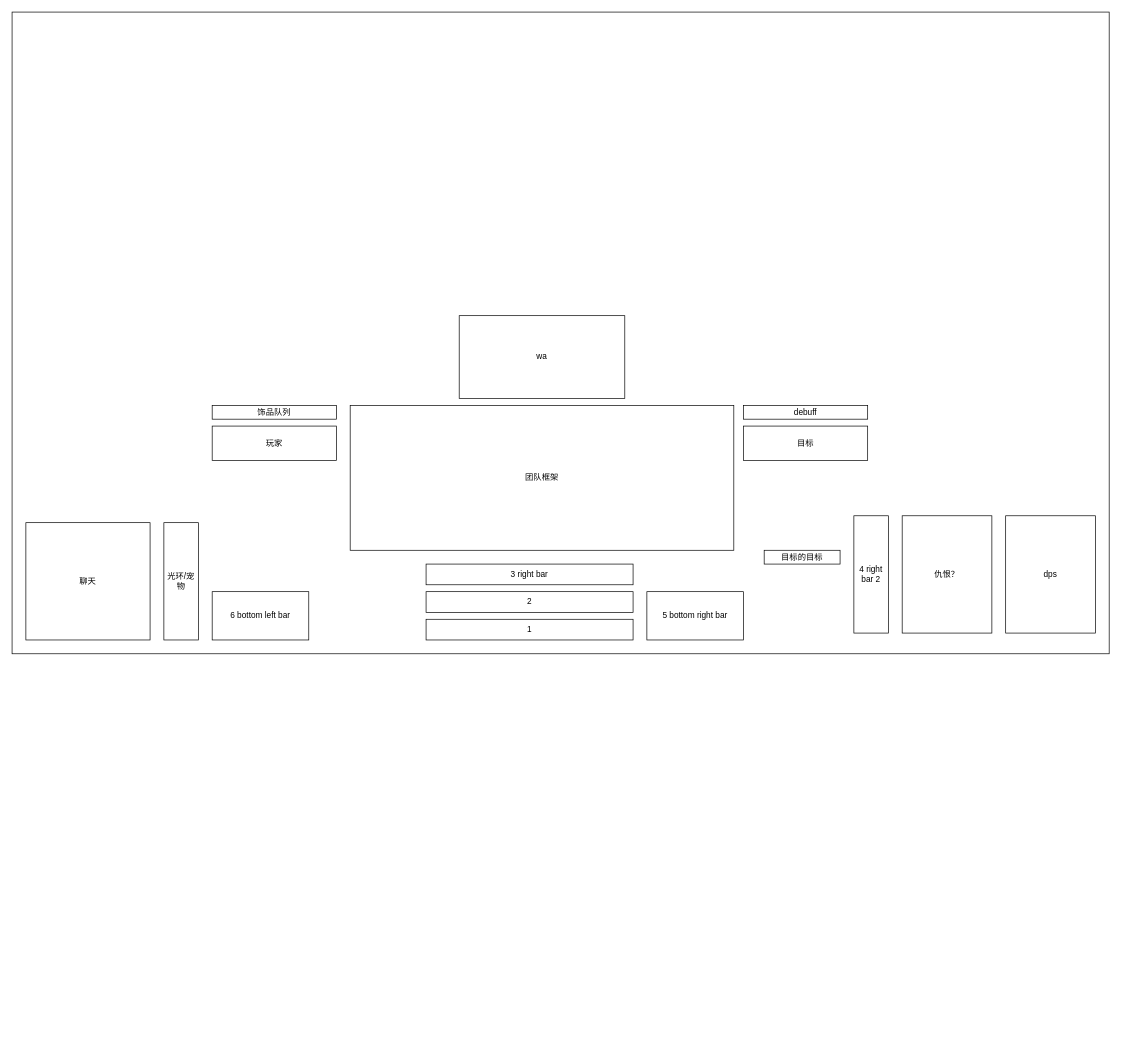
Above: 界面布局.drawio in dabing1986/wow (draw.io), before the change. Source tidied: cells renumbered, new cells numbered last; positions are measured from the earlier drawing's top-left corner, leaving out a move shared by most shapes. Both pictures are drawn from the tidied source at 69%, with x=0, y=0 at pixel (12, 12).
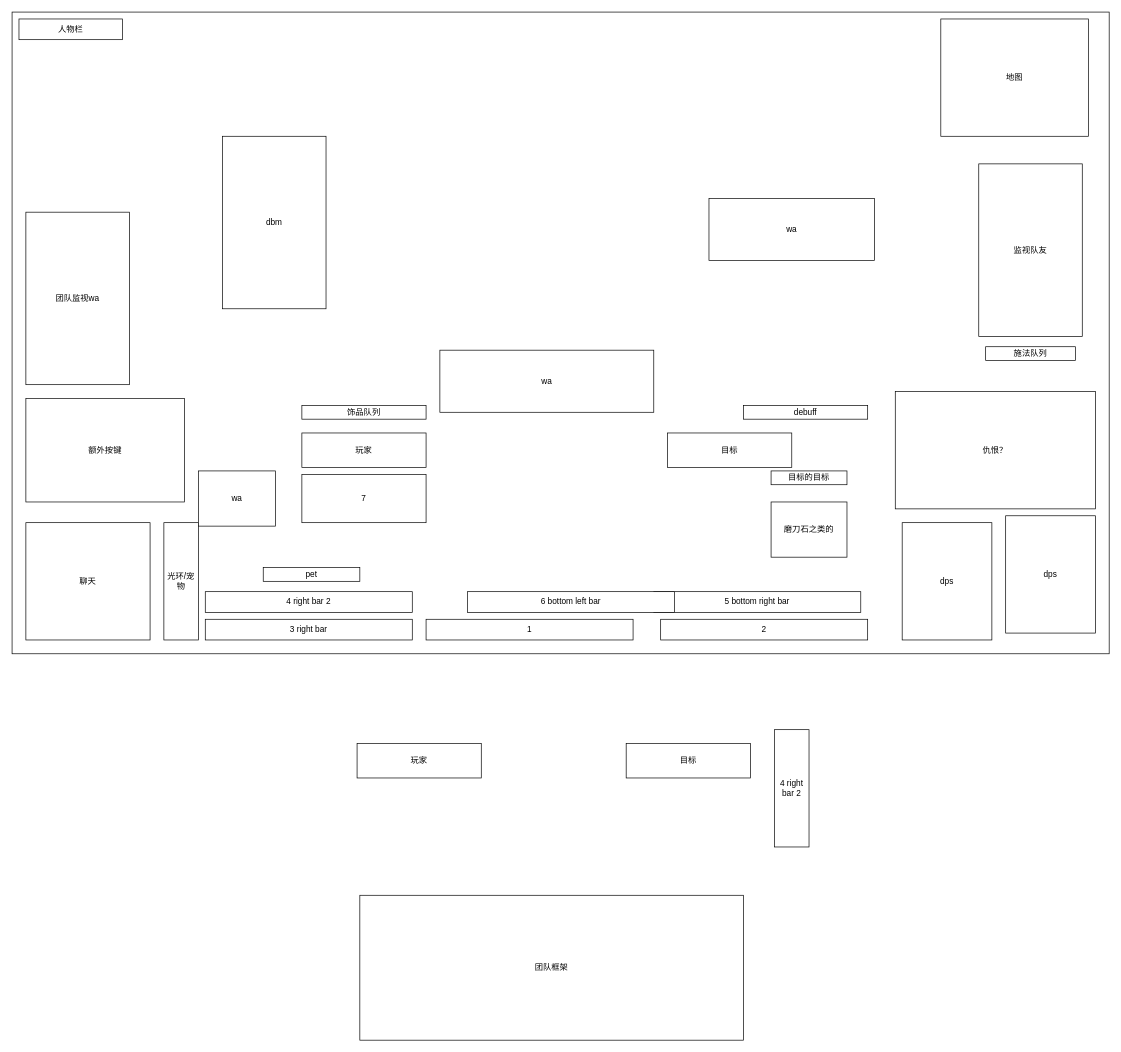
The same diagram, later.

Diff of the diagram source:
```diff
@@
     <mxCell id="4" value="2" style="rounded=0;whiteSpace=wrap;html=1;" parent="1" vertex="1">
-      <mxGeometry x="600" y="840" width="300" height="30" as="geometry" />
+      <mxGeometry x="940" y="880" width="300" height="30" as="geometry" />
     </mxCell>
-    <mxCell id="5" value="6 bottom left bar" style="rounded=0;whiteSpace=wrap;html=1;" parent="1" vertex="1">
-      <mxGeometry x="290" y="840" width="140" height="70" as="geometry" />
+    <mxCell id="5" value="pet" style="rounded=0;whiteSpace=wrap;html=1;" parent="1" vertex="1">
+      <mxGeometry x="364" y="805" width="140" height="20" as="geometry" />
     </mxCell>
     <mxCell id="6" value="&lt;span style=&quot;font-family: &amp;#34;helvetica&amp;#34;&quot;&gt;3 right bar&lt;/span&gt;" style="rounded=0;whiteSpace=wrap;html=1;" parent="1" vertex="1">
-      <mxGeometry x="600" y="800" width="300" height="30" as="geometry" />
+      <mxGeometry x="280" y="880" width="300" height="30" as="geometry" />
     </mxCell>
     <mxCell id="7" value="玩家" style="rounded=0;whiteSpace=wrap;html=1;" parent="1" vertex="1">
-      <mxGeometry x="290" y="600" width="180" height="50" as="geometry" />
+      <mxGeometry x="420" y="610" width="180" height="50" as="geometry" />
     </mxCell>
     <mxCell id="8" value="目标" style="rounded=0;whiteSpace=wrap;html=1;" parent="1" vertex="1">
-      <mxGeometry x="1060" y="600" width="180" height="50" as="geometry" />
+      <mxGeometry x="950" y="610" width="180" height="50" as="geometry" />
     </mxCell>
     <mxCell id="9" value="目标的目标" style="rounded=0;whiteSpace=wrap;html=1;" parent="1" vertex="1">
-      <mxGeometry x="1090" y="780" width="110" height="20" as="geometry" />
+      <mxGeometry x="1100" y="665" width="110" height="20" as="geometry" />
     </mxCell>
@@
-    <mxCell id="11" value="5 bottom right bar" style="rounded=0;whiteSpace=wrap;html=1;" parent="1" vertex="1">
-      <mxGeometry x="920" y="840" width="140" height="70" as="geometry" />
+    <mxCell id="11" value="7" style="rounded=0;whiteSpace=wrap;html=1;" parent="1" vertex="1">
+      <mxGeometry x="420" y="670" width="180" height="70" as="geometry" />
     </mxCell>
     <mxCell id="12" value="4 right bar 2" style="rounded=0;whiteSpace=wrap;html=1;" parent="1" vertex="1">
-      <mxGeometry x="1220" y="730" width="50" height="170" as="geometry" />
+      <mxGeometry x="1105" y="1040" width="50" height="170" as="geometry" />
     </mxCell>
@@
     <mxCell id="15" value="仇恨？" style="rounded=0;whiteSpace=wrap;html=1;" parent="1" vertex="1">
-      <mxGeometry x="1290" y="730" width="130" height="170" as="geometry" />
+      <mxGeometry x="1280" y="550" width="290" height="170" as="geometry" />
     </mxCell>
@@
     <mxCell id="17" value="wa" style="rounded=0;whiteSpace=wrap;html=1;" parent="1" vertex="1">
-      <mxGeometry x="648" y="440" width="240" height="120" as="geometry" />
+      <mxGeometry x="270" y="665" width="112" height="80" as="geometry" />
     </mxCell>
     <mxCell id="18" value="团队框架" style="rounded=0;whiteSpace=wrap;html=1;" parent="1" vertex="1">
-      <mxGeometry x="490" y="570" width="556" height="210" as="geometry" />
+      <mxGeometry x="504" y="1280" width="556" height="210" as="geometry" />
     </mxCell>
     <mxCell id="19" value="饰品队列" style="rounded=0;whiteSpace=wrap;html=1;" parent="1" vertex="1">
-      <mxGeometry x="290" y="570" width="180" height="20" as="geometry" />
+      <mxGeometry x="420" y="570" width="180" height="20" as="geometry" />
     </mxCell>
+    <mxCell id="20" value="磨刀石之类的" style="rounded=0;whiteSpace=wrap;html=1;" parent="1" vertex="1">
+      <mxGeometry x="1100" y="710" width="110" height="80" as="geometry" />
+    </mxCell>
+    <mxCell id="21" value="dps" style="rounded=0;whiteSpace=wrap;html=1;" parent="1" vertex="1">
+      <mxGeometry x="1290" y="740" width="130" height="170" as="geometry" />
+    </mxCell>
+    <mxCell id="22" value="wa" style="rounded=0;whiteSpace=wrap;html=1;" parent="1" vertex="1">
+      <mxGeometry x="620" y="490" width="310" height="90" as="geometry" />
+    </mxCell>
+    <mxCell id="23" value="dbm" style="rounded=0;whiteSpace=wrap;html=1;" parent="1" vertex="1">
+      <mxGeometry x="305" y="180" width="150" height="250" as="geometry" />
+    </mxCell>
+    <mxCell id="24" value="人物栏" style="rounded=0;whiteSpace=wrap;html=1;" parent="1" vertex="1">
+      <mxGeometry x="10" y="10" width="150" height="30" as="geometry" />
+    </mxCell>
+    <mxCell id="25" value="团队监视wa" style="rounded=0;whiteSpace=wrap;html=1;" parent="1" vertex="1">
+      <mxGeometry x="20" y="290" width="150" height="250" as="geometry" />
+    </mxCell>
+    <mxCell id="26" value="额外按键" style="rounded=0;whiteSpace=wrap;html=1;" parent="1" vertex="1">
+      <mxGeometry x="20" y="560" width="230" height="150" as="geometry" />
+    </mxCell>
+    <mxCell id="27" value="监视队友" style="rounded=0;whiteSpace=wrap;html=1;" parent="1" vertex="1">
+      <mxGeometry x="1401" y="220" width="150" height="250" as="geometry" />
+    </mxCell>
+    <mxCell id="28" value="地图" style="rounded=0;whiteSpace=wrap;html=1;" parent="1" vertex="1">
+      <mxGeometry x="1346" y="10" width="214" height="170" as="geometry" />
+    </mxCell>
+    <mxCell id="29" value="施法队列" style="rounded=0;whiteSpace=wrap;html=1;" parent="1" vertex="1">
+      <mxGeometry x="1411" y="485" width="130" height="20" as="geometry" />
+    </mxCell>
+    <mxCell id="30" value="wa" style="rounded=0;whiteSpace=wrap;html=1;" parent="1" vertex="1">
+      <mxGeometry x="1010" y="270" width="240" height="90" as="geometry" />
+    </mxCell>
+    <mxCell id="31" value="玩家" style="rounded=0;whiteSpace=wrap;html=1;" parent="1" vertex="1">
+      <mxGeometry x="500" y="1060" width="180" height="50" as="geometry" />
+    </mxCell>
+    <mxCell id="32" value="目标" style="rounded=0;whiteSpace=wrap;html=1;" parent="1" vertex="1">
+      <mxGeometry x="890" y="1060" width="180" height="50" as="geometry" />
+    </mxCell>
+    <mxCell id="33" value="4 right bar 2" style="rounded=0;whiteSpace=wrap;html=1;" parent="1" vertex="1">
+      <mxGeometry x="280" y="840" width="300" height="30" as="geometry" />
+    </mxCell>
+    <mxCell id="34" value="5 bottom right bar" style="rounded=0;whiteSpace=wrap;html=1;" parent="1" vertex="1">
+      <mxGeometry x="930" y="840" width="300" height="30" as="geometry" />
+    </mxCell>
+    <mxCell id="35" value="6 bottom left bar" style="rounded=0;whiteSpace=wrap;html=1;" parent="1" vertex="1">
+      <mxGeometry x="660" y="840" width="300" height="30" as="geometry" />
+    </mxCell>
```
